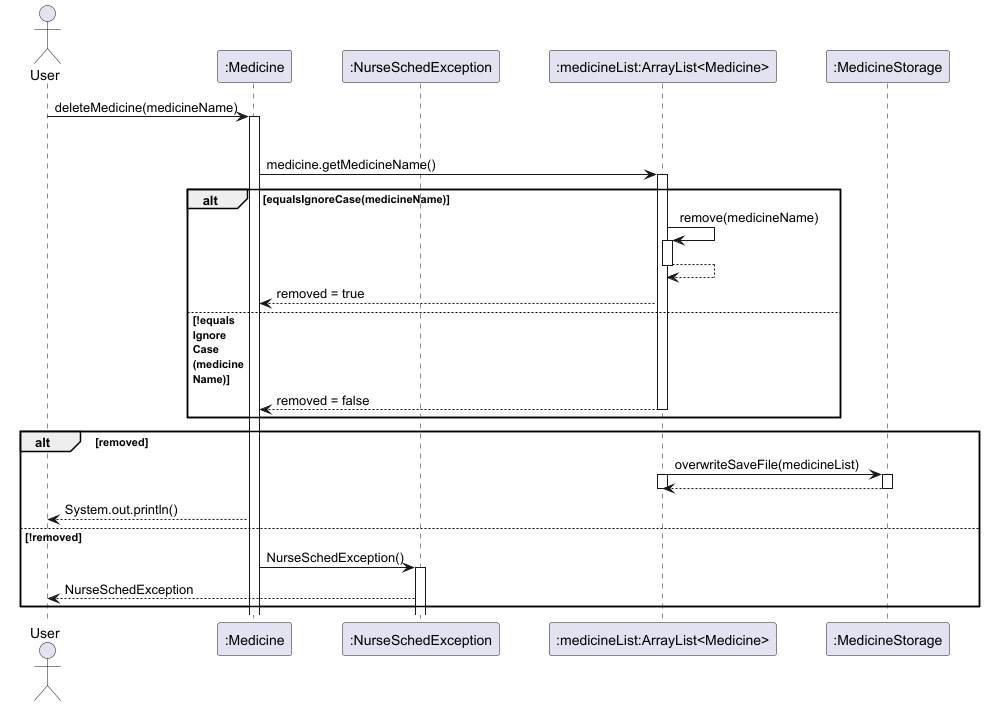
This is docs/assets/medicineImages/DeleteMedicineSequenceDiagram.png from AY2425S2-CS2113-T11b-3/tp, a PlantUML export, as it was before one commit.
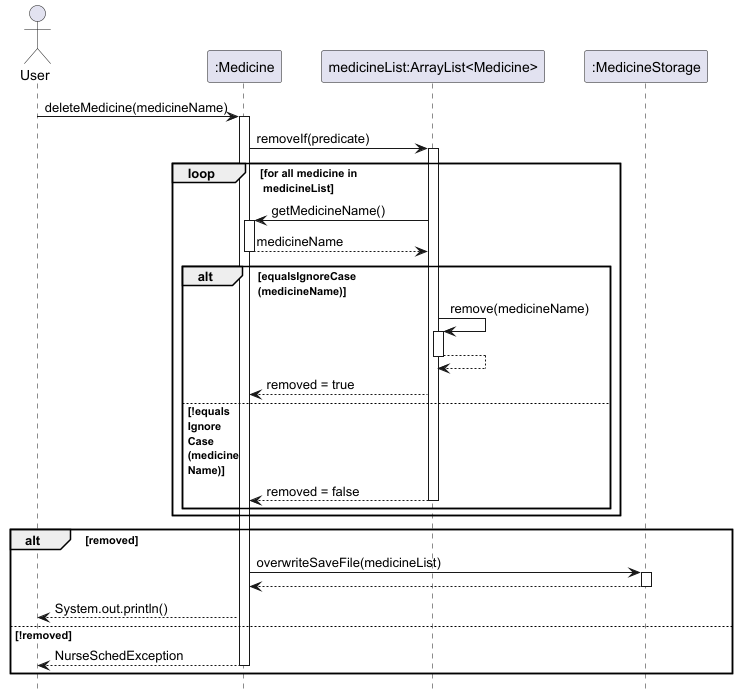
Later version of the same file.

What changed in the source:
```diff
@@ -1,19 +1,24 @@
 @startuml
-skinparam ParticipantPadding 20
+skinparam ParticipantPadding 15
+hide footbox
 
 Actor User
 participant ":Medicine" as Medicine
-participant ":NurseSchedException" as NurseSchedException
-participant ":medicineList:ArrayList<Medicine>" as medicineList
+participant "medicineList:ArrayList<Medicine>" as medicineList
 participant ":MedicineStorage" as medicineStorage
-
 User-> Medicine: deleteMedicine(medicineName)
 activate Medicine
 
-loop for all medicine in medicineList
-Medicine -> medicineList: medicine.getMedicineName()
+Medicine -> medicineList : removeIf(predicate)
 activate medicineList
-alt equalsIgnoreCase(medicineName)
+loop for all medicine in\n medicineList
+medicineList -> Medicine : getMedicineName()
+    activate Medicine
+    Medicine --> medicineList : medicineName
+    deactivate Medicine
+
+
+alt equalsIgnoreCase\n(medicineName)
 medicineList -> medicineList : remove(medicineName)
 activate medicineList
 medicineList --> medicineList
@@ -23,21 +28,19 @@
 medicineList --> Medicine: removed = false
 deactivate medicineList
 end
+end
 
 alt removed
-medicineList -> medicineStorage : overwriteSaveFile(medicineList)
-activate medicineList
+Medicine -> medicineStorage : overwriteSaveFile(medicineList)
 activate medicineStorage
-medicineStorage --> medicineList
+medicineStorage --> Medicine
 deactivate medicineStorage
-deactivate medicineList
 Medicine --> User : System.out.println()
 
 else !removed
 
-Medicine -> NurseSchedException : NurseSchedException()
-activate NurseSchedException
-NurseSchedException --> User : NurseSchedException
+Medicine --> User : NurseSchedException
+deactivate Medicine
 end
 
 @enduml
```
